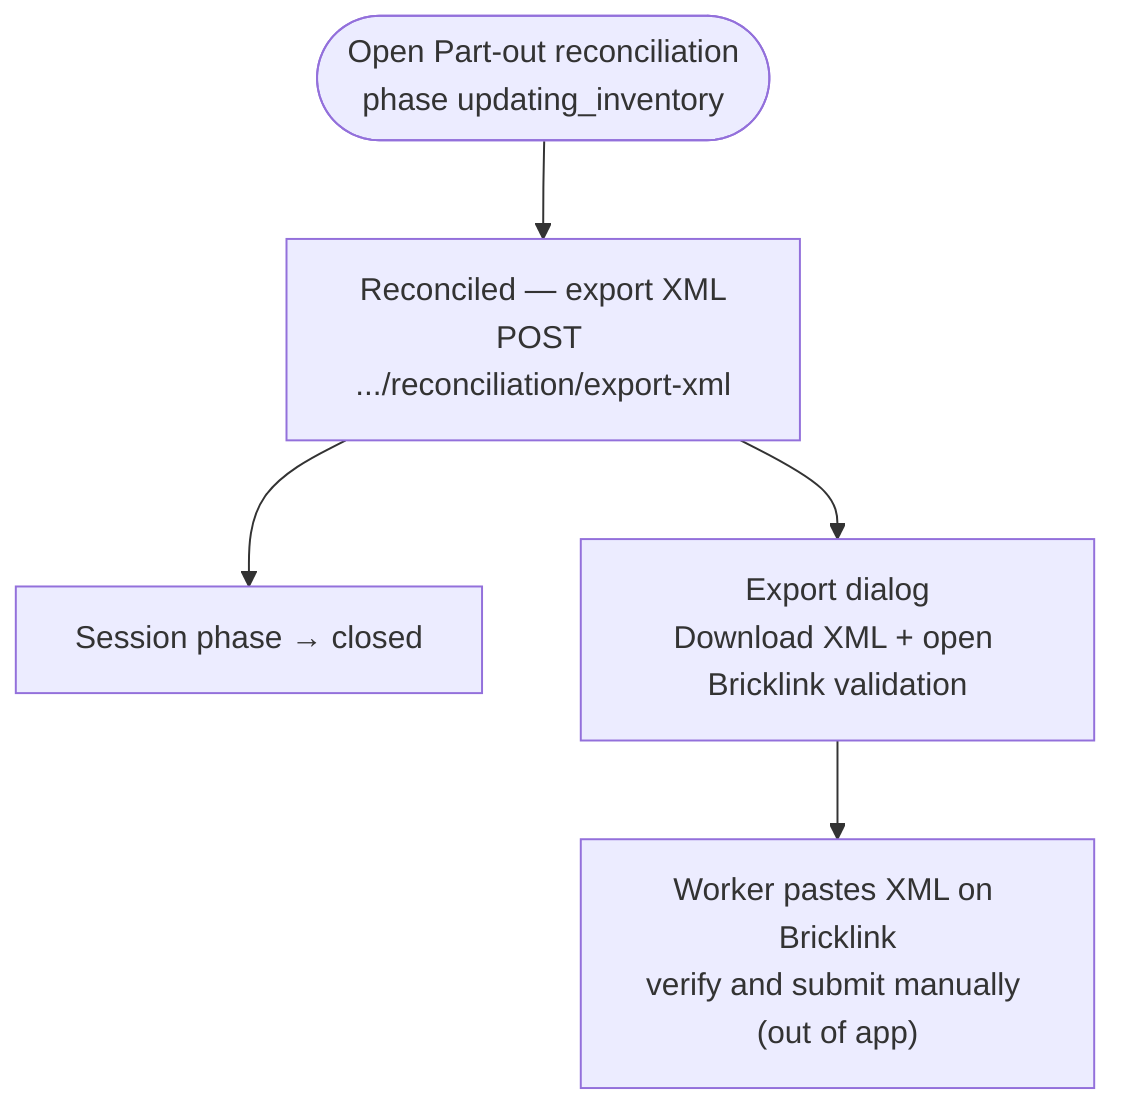
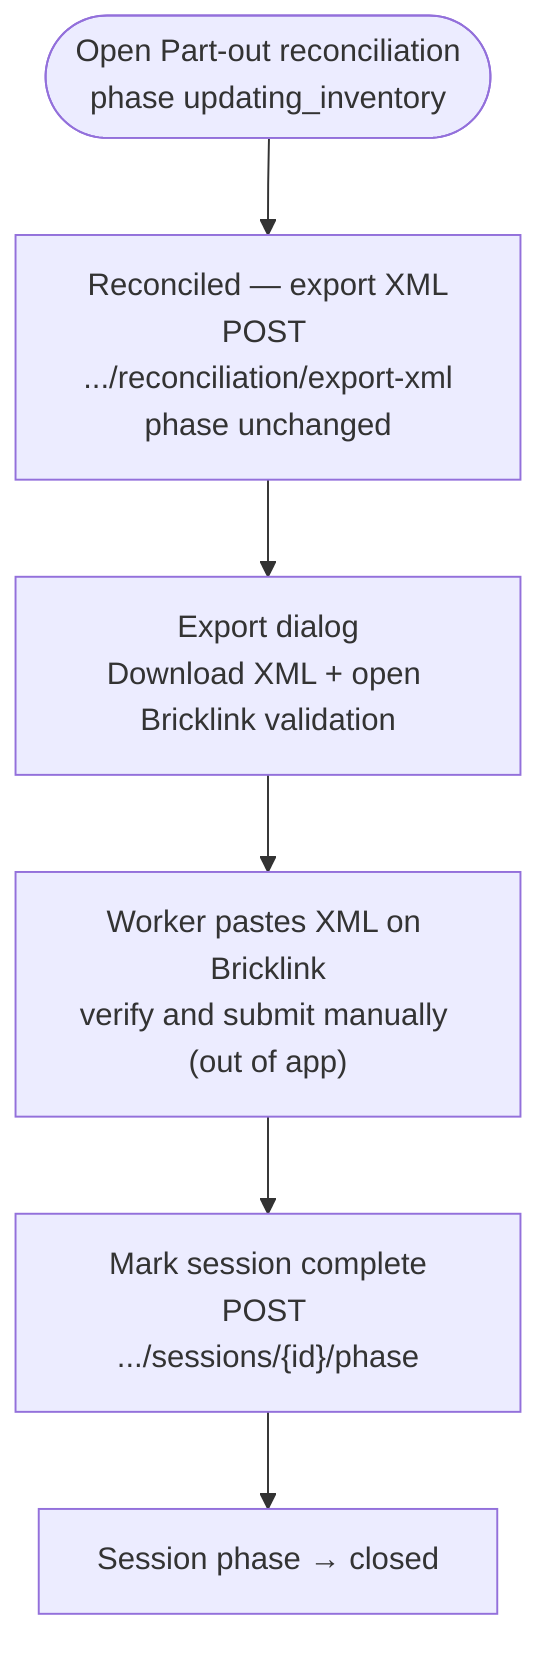
%% Update store inventory — worker actions within updating_inventory phase
%% Source: docs/view-specs/part-out-reconciliation.md (export actions)
%% Follows organizing complete; precedes session closed.
- %% Phase → closed on export API success; Bricklink verify/submit is manual outside the app.
+ %% Export does not change phase; Mark session complete → closed after manual Bricklink handoff.

flowchart TD
    enter(["Open Part-out reconciliation<br>phase updating_inventory"])

-     enter --> export["Reconciled — export XML<br>POST .../reconciliation/export-xml"]
+     enter --> export["Reconciled — export XML<br>POST .../reconciliation/export-xml<br>phase unchanged"]

-     export --> closed["Session phase → closed"]
    export --> dialog["Export dialog<br>Download XML + open Bricklink validation"]

    dialog --> manual["Worker pastes XML on Bricklink<br>verify and submit manually (out of app)"]
+ 
+     manual --> markComplete["Mark session complete<br>POST .../sessions/{id}/phase"]
+ 
+     markComplete --> closed["Session phase → closed"]
